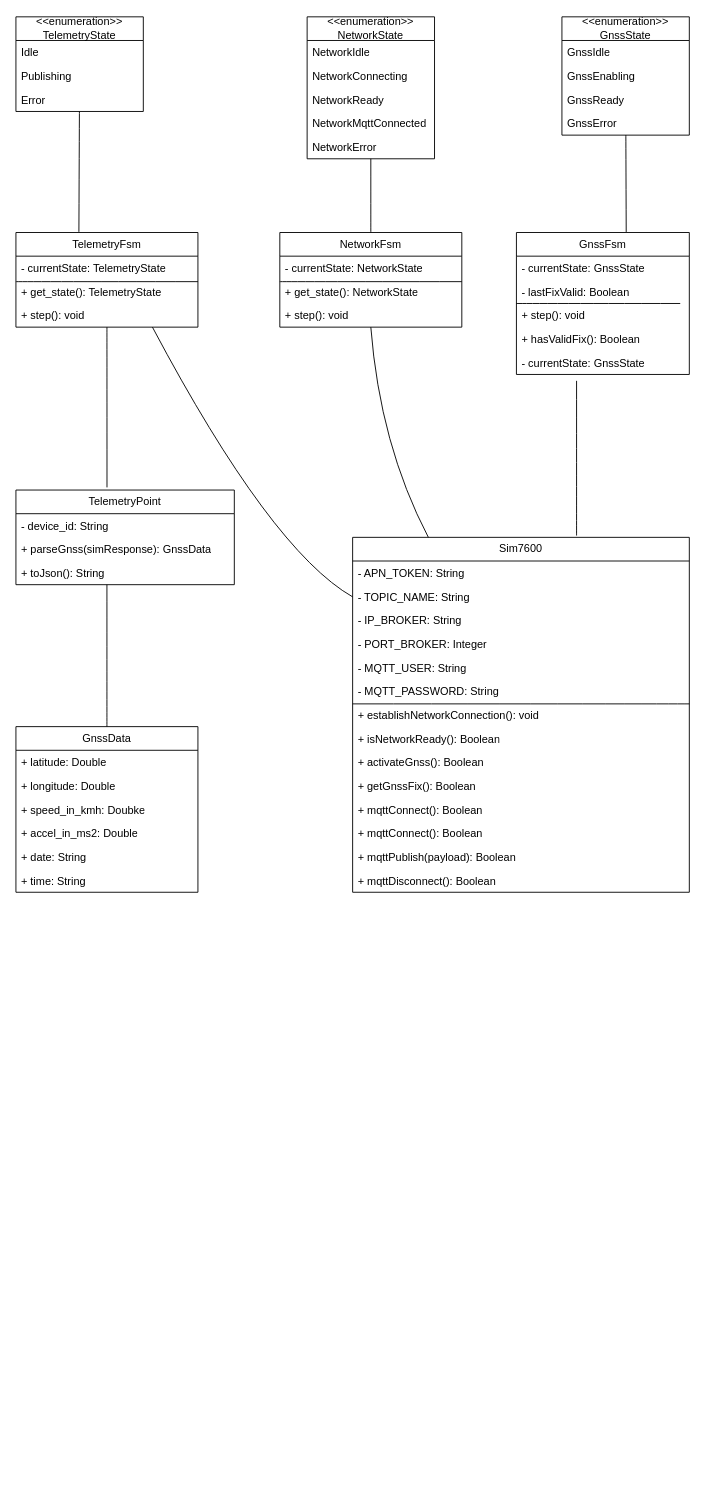
This is Untitled Diagram.drawio from roger9867/FleetControl, a draw.io file, before an edit. Source tidied: cells renumbered, new cells numbered last; positions are measured from the earlier drawing's top-left corner, leaving out a move shared by most shapes. Both pictures are drawn from the tidied source at 91%, with x=0, y=0 at pixel (15, 16).
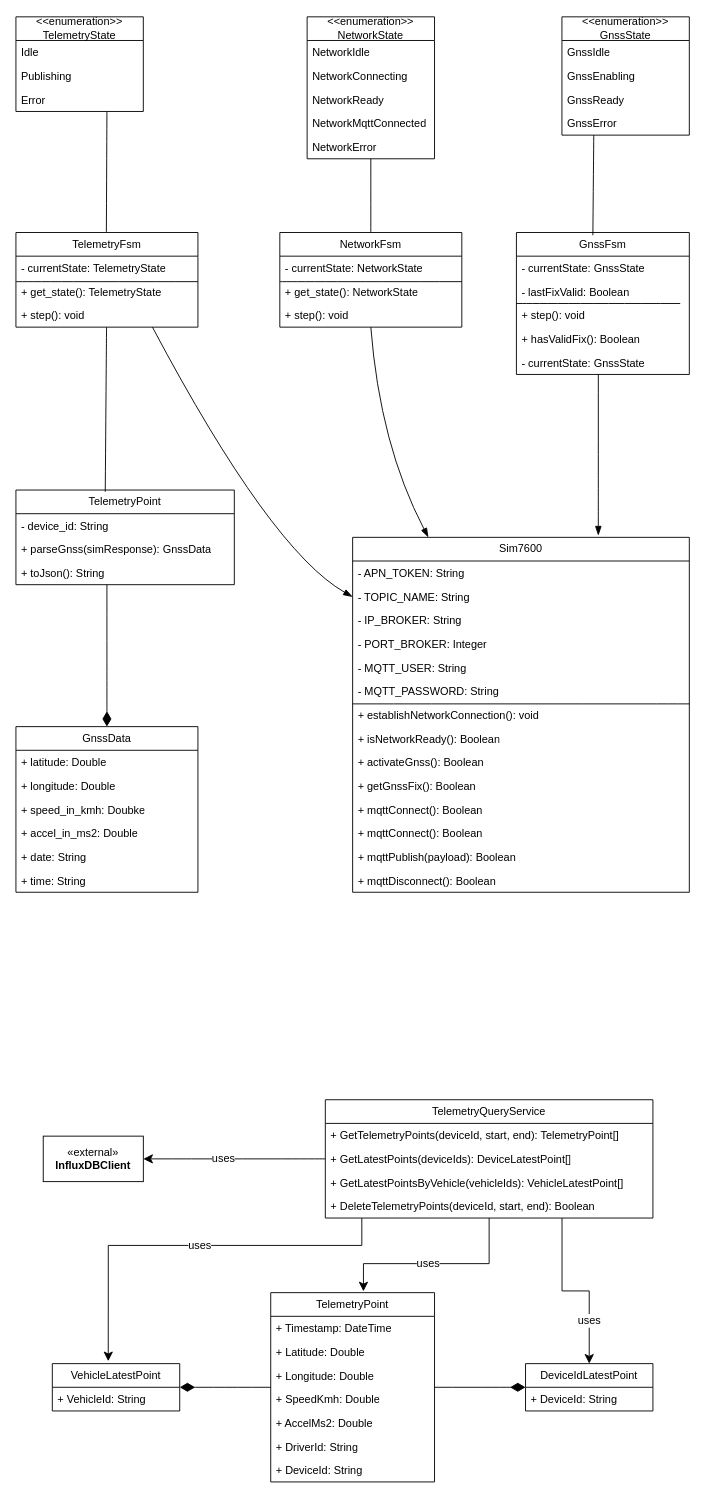
The same page after the edit.

Unchanged cells that the change refers to:
```xml
<mxCell id="2" value="&amp;lt;&amp;lt;enumeration&amp;gt;&amp;gt;&lt;div&gt;GnssState&lt;/div&gt;" style="swimlane;fontStyle=0;horizontal=1;startSize=26;fillColor=none;whiteSpace=wrap;html=1;" parent="1" vertex="1">
  <mxGeometry x="600" width="140" height="130" as="geometry" />
</mxCell>
<mxCell id="13" value="&amp;lt;&amp;lt;enumeration&amp;gt;&amp;gt;&lt;div&gt;TelemetryState&lt;/div&gt;" style="swimlane;fontStyle=0;horizontal=1;startSize=26;fillColor=none;whiteSpace=wrap;html=1;" parent="1" vertex="1">
  <mxGeometry width="140" height="104" as="geometry" />
</mxCell>
<mxCell id="17" value="TelemetryPoint" style="swimlane;fontStyle=0;horizontal=1;startSize=26;fillColor=none;whiteSpace=wrap;html=1;" parent="1" vertex="1">
  <mxGeometry y="520" width="240" height="104" as="geometry" />
</mxCell>
<mxCell id="22" value="GnssData" style="swimlane;fontStyle=0;horizontal=1;startSize=26;fillColor=none;whiteSpace=wrap;html=1;" parent="1" vertex="1">
  <mxGeometry y="780" width="200" height="182" as="geometry" />
</mxCell>
<mxCell id="29" value="TelemetryFsm" style="swimlane;fontStyle=0;horizontal=1;startSize=26;fillColor=none;whiteSpace=wrap;html=1;" parent="1" vertex="1">
  <mxGeometry y="237" width="200" height="104" as="geometry" />
</mxCell>
<mxCell id="36" value="Sim7600" style="swimlane;fontStyle=0;horizontal=1;startSize=26;fillColor=none;whiteSpace=wrap;html=1;" parent="1" vertex="1">
  <mxGeometry x="370" y="572" width="370" height="390" as="geometry" />
</mxCell>
<mxCell id="53" value="NetworkFsm" style="swimlane;fontStyle=0;horizontal=1;startSize=26;fillColor=none;whiteSpace=wrap;html=1;" parent="1" vertex="1">
  <mxGeometry x="290" y="237" width="200" height="104" as="geometry" />
</mxCell>
<mxCell id="58" value="GnssFsm" style="swimlane;fontStyle=0;horizontal=1;startSize=26;fillColor=none;whiteSpace=wrap;html=1;" parent="1" vertex="1">
  <mxGeometry x="550" y="237" width="190" height="156" as="geometry" />
</mxCell>
```

The edit, as a diff of the source:
```diff
@@
-    <mxCell id="21" style="edgeStyle=none;curved=1;rounded=0;jettySize=auto;html=1;fontSize=12;startSize=8;endSize=8;endArrow=none;endFill=0;" parent="1" edge="1" source="22">
+    <mxCell id="21" style="edgeStyle=none;curved=1;rounded=0;jettySize=auto;html=1;fontSize=12;startSize=14;endSize=8;endArrow=none;endFill=0;startArrow=diamondThin;startFill=1;" parent="1" edge="1" source="22">
       <mxGeometry relative="1" as="geometry">
         <mxPoint x="100" y="624" as="targetPoint" />
       </mxGeometry>
     </mxCell>
@@
-    <mxCell id="34" style="edgeStyle=none;curved=1;rounded=0;jettySize=auto;html=1;fontSize=12;startSize=8;endSize=8;entryX=0.5;entryY=1;entryDx=0;entryDy=0;endArrow=none;endFill=0;" parent="1" edge="1" source="36" target="53">
+    <mxCell id="34" style="edgeStyle=none;curved=1;rounded=0;jettySize=auto;html=1;fontSize=12;startSize=8;endSize=8;entryX=0.5;entryY=1;entryDx=0;entryDy=0;endArrow=none;endFill=0;startArrow=blockThin;startFill=1;" parent="1" edge="1" source="36" target="53">
       <mxGeometry relative="1" as="geometry">
         <Array as="points">
           <mxPoint x="400" y="470" />
         </Array>
       </mxGeometry>
     </mxCell>
-    <mxCell id="35" style="edgeStyle=none;curved=1;rounded=0;jettySize=auto;html=1;entryX=0.75;entryY=1;entryDx=0;entryDy=0;fontSize=12;startSize=8;endSize=8;endArrow=none;endFill=0;" parent="1" edge="1" target="29">
+    <mxCell id="35" style="edgeStyle=none;curved=1;rounded=0;jettySize=auto;html=1;entryX=0.75;entryY=1;entryDx=0;entryDy=0;fontSize=12;startSize=8;endSize=8;endArrow=none;endFill=0;startArrow=blockThin;startFill=1;" parent="1" edge="1" target="29">
       <mxGeometry relative="1" as="geometry">
         <mxPoint x="370" y="637.4" as="sourcePoint" />
         <Array as="points">
           <mxPoint x="280" y="586" />
         </Array>
       </mxGeometry>
     </mxCell>
@@
-    <mxCell id="65" style="edgeStyle=none;curved=1;rounded=0;jettySize=auto;html=1;entryX=0.417;entryY=-0.028;entryDx=0;entryDy=0;entryPerimeter=0;fontSize=12;startSize=8;endSize=8;endArrow=none;endFill=0;" parent="1" edge="1" source="29" target="17">
+    <mxCell id="65" style="edgeStyle=none;curved=1;rounded=0;jettySize=auto;html=1;entryX=0.409;entryY=0.018;entryDx=0;entryDy=0;fontSize=12;startSize=8;endSize=8;endArrow=none;endFill=0;entryPerimeter=0;" parent="1" edge="1" source="29" target="17">
       <mxGeometry relative="1" as="geometry" />
     </mxCell>
-    <mxCell id="66" style="edgeStyle=none;curved=1;rounded=0;jettySize=auto;html=1;entryX=0.635;entryY=-0.004;entryDx=0;entryDy=0;entryPerimeter=0;fontSize=12;startSize=8;endSize=8;endArrow=none;endFill=0;" parent="1" edge="1" source="2" target="58">
-      <mxGeometry relative="1" as="geometry" />
+    <mxCell id="66" style="edgeStyle=none;curved=1;rounded=0;jettySize=auto;html=1;fontSize=12;startSize=8;endSize=8;endArrow=none;endFill=0;exitX=0.25;exitY=1;exitDx=0;exitDy=0;" parent="1" edge="1" source="2">
+      <mxGeometry relative="1" as="geometry">
+        <mxPoint x="634" y="240" as="targetPoint" />
+      </mxGeometry>
     </mxCell>
-    <mxCell id="67" style="edgeStyle=none;curved=1;rounded=0;orthogonalLoop=1;jettySize=auto;html=1;fontSize=12;startSize=8;endSize=8;endArrow=none;endFill=0;" parent="1" edge="1">
+    <mxCell id="67" style="edgeStyle=none;curved=1;rounded=0;orthogonalLoop=1;jettySize=auto;html=1;fontSize=12;startSize=8;endSize=8;endArrow=none;endFill=0;startArrow=blockThin;startFill=1;" parent="1" edge="1">
       <mxGeometry relative="1" as="geometry">
-        <mxPoint x="616.1" y="570" as="sourcePoint" />
-        <mxPoint x="616.1" y="400" as="targetPoint" />
+        <mxPoint x="640" y="570" as="sourcePoint" />
+        <mxPoint x="640" y="393" as="targetPoint" />
       </mxGeometry>
     </mxCell>
-    <mxCell id="68" style="edgeStyle=none;curved=1;rounded=0;jettySize=auto;html=1;fontSize=12;startSize=8;endSize=8;endArrow=none;endFill=0;" parent="1" edge="1" source="13">
+    <mxCell id="68" style="edgeStyle=none;curved=1;rounded=0;orthogonalLoop=1;jettySize=auto;html=1;fontSize=12;startSize=8;endSize=8;endArrow=none;endFill=0;" parent="1" edge="1">
       <mxGeometry relative="1" as="geometry">
-        <mxPoint x="69.2" y="236.3" as="targetPoint" />
+        <mxPoint x="100" y="104" as="sourcePoint" />
+        <mxPoint x="99.4" y="236.3" as="targetPoint" />
       </mxGeometry>
     </mxCell>
+    <mxCell id="69" style="edgeStyle=orthogonalEdgeStyle;rounded=0;jettySize=auto;html=1;entryX=0.5;entryY=0;entryDx=0;entryDy=0;fontSize=12;startSize=8;endSize=8;" parent="1" edge="1" source="71" target="84">
+      <mxGeometry relative="1" as="geometry">
+        <Array as="points">
+          <mxPoint x="600.1" y="1400.1" />
+          <mxPoint x="630.1" y="1400.1" />
+        </Array>
+      </mxGeometry>
+    </mxCell>
+    <mxCell id="70" value="uses" style="edgeLabel;html=1;align=center;verticalAlign=middle;fontSize=12;" parent="69" vertex="1">
+      <mxGeometry x="0.5" y="-1" relative="1" as="geometry" />
+    </mxCell>
+    <mxCell id="71" value="TelemetryQueryService" style="swimlane;fontStyle=0;horizontal=1;startSize=26;fillColor=none;whiteSpace=wrap;html=1;" parent="1" vertex="1">
+      <mxGeometry x="340" y="1190" width="360" height="130" as="geometry" />
+    </mxCell>
+    <mxCell id="72" value="+ GetTelemetryPoints(deviceId, start, end): TelemetryPoint[]" style="text;strokeColor=none;fillColor=none;align=left;verticalAlign=top;spacingLeft=4;spacingRight=4;overflow=hidden;whiteSpace=wrap;html=1;" parent="71" vertex="1">
+      <mxGeometry y="26" width="360" height="26" as="geometry" />
+    </mxCell>
+    <mxCell id="73" value="+ GetLatestPoints(deviceIds): DeviceLatestPoint[]" style="text;strokeColor=none;fillColor=none;align=left;verticalAlign=top;spacingLeft=4;spacingRight=4;overflow=hidden;points=[[0,0.5],[1,0.5]];portConstraint=eastwest;whiteSpace=wrap;html=1;" parent="71" vertex="1">
+      <mxGeometry y="52" width="360" height="26" as="geometry" />
+    </mxCell>
+    <mxCell id="74" value="+ GetLatestPointsByVehicle(vehicleIds): VehicleLatestPoint[]" style="text;strokeColor=none;fillColor=none;align=left;verticalAlign=top;spacingLeft=4;spacingRight=4;overflow=hidden;whiteSpace=wrap;html=1;" parent="71" vertex="1">
+      <mxGeometry y="78" width="360" height="26" as="geometry" />
+    </mxCell>
+    <mxCell id="75" value="+ DeleteTelemetryPoints(deviceId, start, end): Boolean" style="text;strokeColor=none;fillColor=none;align=left;verticalAlign=top;spacingLeft=4;spacingRight=4;overflow=hidden;whiteSpace=wrap;html=1;" parent="71" vertex="1">
+      <mxGeometry y="104" width="360" height="26" as="geometry" />
+    </mxCell>
+    <mxCell id="76" value="TelemetryPoint" style="swimlane;fontStyle=0;horizontal=1;startSize=26;fillColor=none;whiteSpace=wrap;html=1;" parent="1" vertex="1">
+      <mxGeometry x="280" y="1402" width="180" height="208" as="geometry" />
+    </mxCell>
+    <mxCell id="77" value="+ Timestamp: DateTime" style="text;strokeColor=none;fillColor=none;align=left;verticalAlign=top;spacingLeft=4;spacingRight=4;overflow=hidden;whiteSpace=wrap;html=1;" parent="76" vertex="1">
+      <mxGeometry y="26" width="180" height="26" as="geometry" />
+    </mxCell>
+    <mxCell id="78" value="+ Latitude: Double" style="text;strokeColor=none;fillColor=none;align=left;verticalAlign=top;spacingLeft=4;spacingRight=4;overflow=hidden;whiteSpace=wrap;html=1;" parent="76" vertex="1">
+      <mxGeometry y="52" width="180" height="26" as="geometry" />
+    </mxCell>
+    <mxCell id="79" value="+ Longitude: Double" style="text;strokeColor=none;fillColor=none;align=left;verticalAlign=top;spacingLeft=4;spacingRight=4;overflow=hidden;whiteSpace=wrap;html=1;" parent="76" vertex="1">
+      <mxGeometry y="78" width="180" height="26" as="geometry" />
+    </mxCell>
+    <mxCell id="80" value="+ SpeedKmh: Double" style="text;strokeColor=none;fillColor=none;align=left;verticalAlign=top;spacingLeft=4;spacingRight=4;overflow=hidden;whiteSpace=wrap;html=1;" parent="76" vertex="1">
+      <mxGeometry y="104" width="180" height="26" as="geometry" />
+    </mxCell>
+    <mxCell id="81" value="+ AccelMs2: Double" style="text;strokeColor=none;fillColor=none;align=left;verticalAlign=top;spacingLeft=4;spacingRight=4;overflow=hidden;whiteSpace=wrap;html=1;" parent="76" vertex="1">
+      <mxGeometry y="130" width="180" height="26" as="geometry" />
+    </mxCell>
+    <mxCell id="82" value="+ DriverId: String" style="text;strokeColor=none;fillColor=none;align=left;verticalAlign=top;spacingLeft=4;spacingRight=4;overflow=hidden;whiteSpace=wrap;html=1;" parent="76" vertex="1">
+      <mxGeometry y="156" width="180" height="26" as="geometry" />
+    </mxCell>
+    <mxCell id="83" value="+ DeviceId: String" style="text;strokeColor=none;fillColor=none;align=left;verticalAlign=top;spacingLeft=4;spacingRight=4;overflow=hidden;whiteSpace=wrap;html=1;" parent="76" vertex="1">
+      <mxGeometry y="182" width="180" height="26" as="geometry" />
+    </mxCell>
+    <mxCell id="84" value="DeviceIdLatestPoint" style="swimlane;fontStyle=0;horizontal=1;startSize=26;fillColor=none;whiteSpace=wrap;html=1;" parent="1" vertex="1">
+      <mxGeometry x="560" y="1480" width="140" height="52" as="geometry" />
+    </mxCell>
+    <mxCell id="85" value="+ DeviceId: String" style="text;strokeColor=none;fillColor=none;align=left;verticalAlign=top;spacingLeft=4;spacingRight=4;overflow=hidden;whiteSpace=wrap;html=1;" parent="84" vertex="1">
+      <mxGeometry y="26" width="140" height="26" as="geometry" />
+    </mxCell>
+    <mxCell id="86" style="edgeStyle=none;curved=1;rounded=0;jettySize=auto;html=1;entryX=0;entryY=0.5;entryDx=0;entryDy=0;fontSize=12;startSize=14;endSize=8;endArrow=none;endFill=0;startArrow=diamondThin;startFill=1;" parent="1" edge="1" source="87" target="76">
+      <mxGeometry relative="1" as="geometry" />
+    </mxCell>
+    <mxCell id="87" value="VehicleLatestPoint" style="swimlane;fontStyle=0;horizontal=1;startSize=26;fillColor=none;whiteSpace=wrap;html=1;" parent="1" vertex="1">
+      <mxGeometry x="40" y="1480" width="140" height="52" as="geometry" />
+    </mxCell>
+    <mxCell id="88" value="+ VehicleId: String" style="text;strokeColor=none;fillColor=none;align=left;verticalAlign=top;spacingLeft=4;spacingRight=4;overflow=hidden;whiteSpace=wrap;html=1;" parent="87" vertex="1">
+      <mxGeometry y="26" width="140" height="26" as="geometry" />
+    </mxCell>
+    <mxCell id="89" style="edgeStyle=none;curved=1;rounded=0;jettySize=auto;html=1;entryX=1;entryY=0.5;entryDx=0;entryDy=0;fontSize=12;startSize=14;endSize=8;endArrow=none;endFill=0;startArrow=diamondThin;startFill=1;" parent="1" edge="1" source="84" target="76">
+      <mxGeometry relative="1" as="geometry" />
+    </mxCell>
+    <mxCell id="90" value="«external»&lt;br&gt;&lt;b&gt;InfluxDBClient&lt;/b&gt;" style="html=1;whiteSpace=wrap;" parent="1" vertex="1">
+      <mxGeometry x="30" y="1230" width="110" height="50" as="geometry" />
+    </mxCell>
+    <mxCell id="91" style="edgeStyle=none;curved=1;rounded=0;jettySize=auto;html=1;entryX=1;entryY=0.5;entryDx=0;entryDy=0;fontSize=12;startSize=8;endSize=8;" parent="1" edge="1" source="73" target="90">
+      <mxGeometry relative="1" as="geometry" />
+    </mxCell>
+    <mxCell id="92" value="uses" style="edgeLabel;html=1;align=center;verticalAlign=middle;fontSize=12;" parent="91" vertex="1">
+      <mxGeometry x="0.13" y="2" relative="1" as="geometry">
+        <mxPoint y="-3" as="offset" />
+      </mxGeometry>
+    </mxCell>
+    <mxCell id="93" style="edgeStyle=orthogonalEdgeStyle;rounded=0;jettySize=auto;html=1;entryX=0.439;entryY=-0.052;entryDx=0;entryDy=0;entryPerimeter=0;fontSize=12;startSize=8;endSize=8;" parent="1" edge="1" source="71" target="87">
+      <mxGeometry relative="1" as="geometry">
+        <Array as="points">
+          <mxPoint x="380.1" y="1350.1" />
+          <mxPoint x="101.5" y="1350.1" />
+        </Array>
+      </mxGeometry>
+    </mxCell>
+    <mxCell id="94" value="uses" style="edgeLabel;html=1;align=center;verticalAlign=middle;fontSize=12;" parent="93" vertex="1">
+      <mxGeometry x="-0.04" y="2" relative="1" as="geometry">
+        <mxPoint y="-3" as="offset" />
+      </mxGeometry>
+    </mxCell>
+    <mxCell id="95" style="edgeStyle=orthogonalEdgeStyle;rounded=0;jettySize=auto;html=1;entryX=0.566;entryY=-0.007;entryDx=0;entryDy=0;entryPerimeter=0;fontSize=12;startSize=8;endSize=8;" parent="1" edge="1" source="71" target="76">
+      <mxGeometry relative="1" as="geometry">
+        <Array as="points">
+          <mxPoint x="520.1" y="1370.1" />
+          <mxPoint x="381.9" y="1370.1" />
+        </Array>
+      </mxGeometry>
+    </mxCell>
+    <mxCell id="96" value="uses" style="edgeLabel;html=1;align=center;verticalAlign=middle;fontSize=12;" parent="95" vertex="1">
+      <mxGeometry x="0.08" y="2" relative="1" as="geometry">
+        <mxPoint y="-3" as="offset" />
+      </mxGeometry>
+    </mxCell>
```
